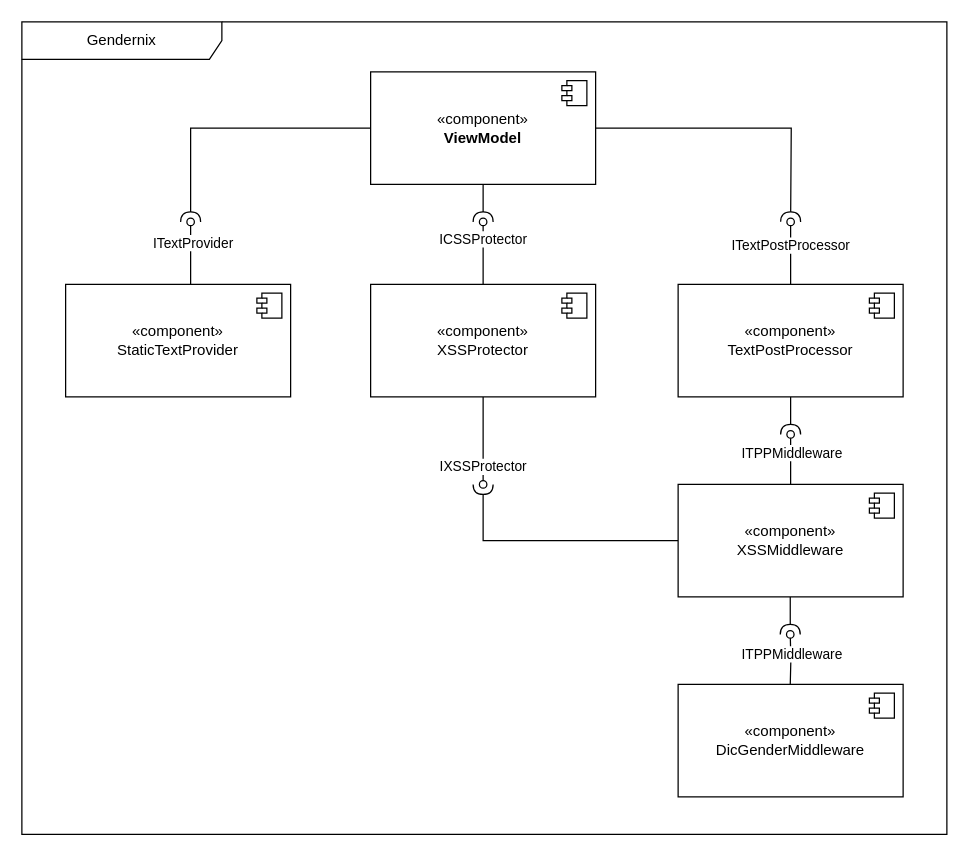
Before: drawio_component_gendernix.drawio in SteiningerSebastian/Gendernix, a draw.io diagram. Source tidied: cells renumbered, new cells numbered last; positions are measured from the earlier drawing's top-left corner, leaving out a move shared by most shapes. Both pictures are drawn from the tidied source at 125%, with x=0, y=0 at pixel (21, 21).
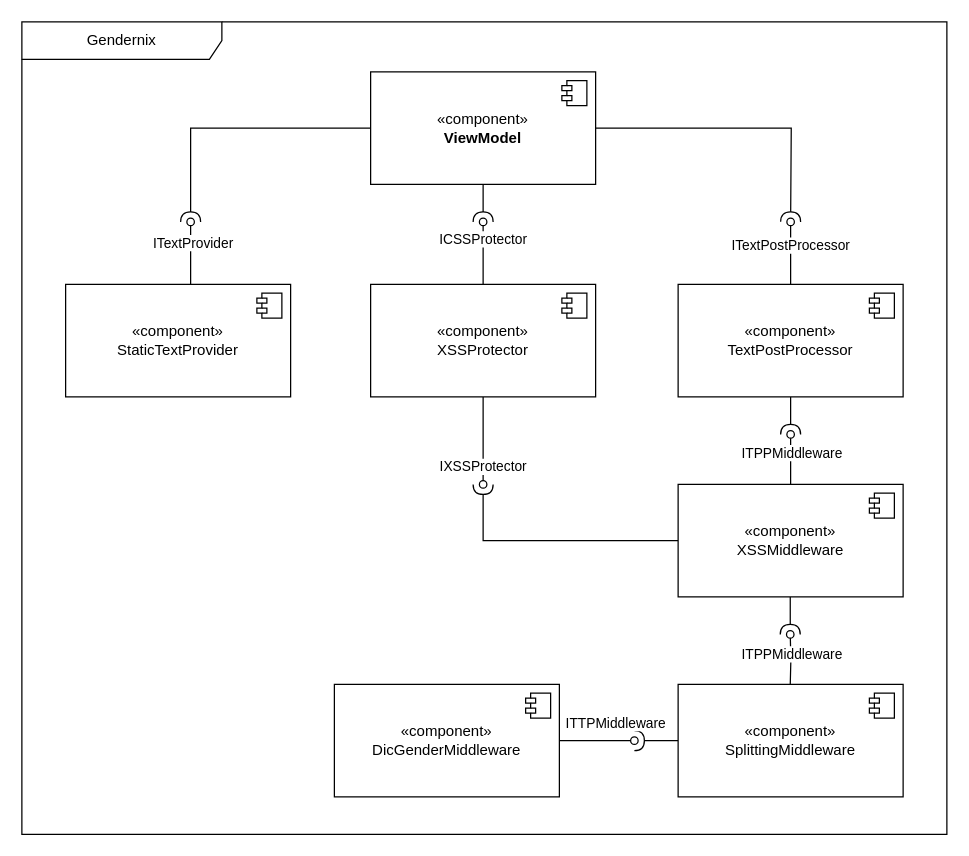
Above is the later version.

The change refers to these unchanged cells:
```xml
<mxCell id="2" value="Gendernix" style="shape=umlFrame;whiteSpace=wrap;html=1;width=160;" parent="1" vertex="1">
  <mxGeometry width="740" height="650" as="geometry" />
</mxCell>
```

Diff of the diagram source:
```diff
@@
+    <mxCell id="33" style="edgeStyle=orthogonalEdgeStyle;rounded=0;jettySize=auto;html=1;endArrow=halfCircle;endFill=0;" parent="2" edge="1" source="28">
+      <mxGeometry relative="1" as="geometry">
+        <mxPoint x="490" y="575" as="targetPoint" />
+      </mxGeometry>
+    </mxCell>
-    <mxCell id="28" value="«component»&lt;br&gt;DicGenderMiddleware" style="html=1;whiteSpace=wrap;" parent="2" vertex="1">
+    <mxCell id="28" value="«component»&lt;br&gt;SplittingMiddleware" style="html=1;whiteSpace=wrap;" parent="2" vertex="1">
       <mxGeometry x="525" y="530" width="180" height="90" as="geometry" />
     </mxCell>
@@
+    <mxCell id="34" style="edgeStyle=orthogonalEdgeStyle;rounded=0;jettySize=auto;html=1;endArrow=oval;endFill=0;" parent="2" edge="1" source="36">
+      <mxGeometry relative="1" as="geometry">
+        <mxPoint x="490" y="575" as="targetPoint" />
+      </mxGeometry>
+    </mxCell>
+    <mxCell id="35" value="ITTPMiddleware" style="edgeLabel;html=1;align=center;verticalAlign=middle;" parent="34" vertex="1">
+      <mxGeometry x="-0.03" y="-1" relative="1" as="geometry">
+        <mxPoint x="15" y="-16" as="offset" />
+      </mxGeometry>
+    </mxCell>
+    <mxCell id="36" value="«component»&lt;br&gt;DicGenderMiddleware" style="html=1;whiteSpace=wrap;" parent="2" vertex="1">
+      <mxGeometry x="250" y="530" width="180" height="90" as="geometry" />
+    </mxCell>
+    <mxCell id="37" style="shape=module;jettyWidth=8;jettyHeight=4;" parent="36" vertex="1">
+      <mxGeometry x="1" width="20" height="20" relative="1" as="geometry">
+        <mxPoint x="-27" y="7" as="offset" />
+      </mxGeometry>
+    </mxCell>
```
